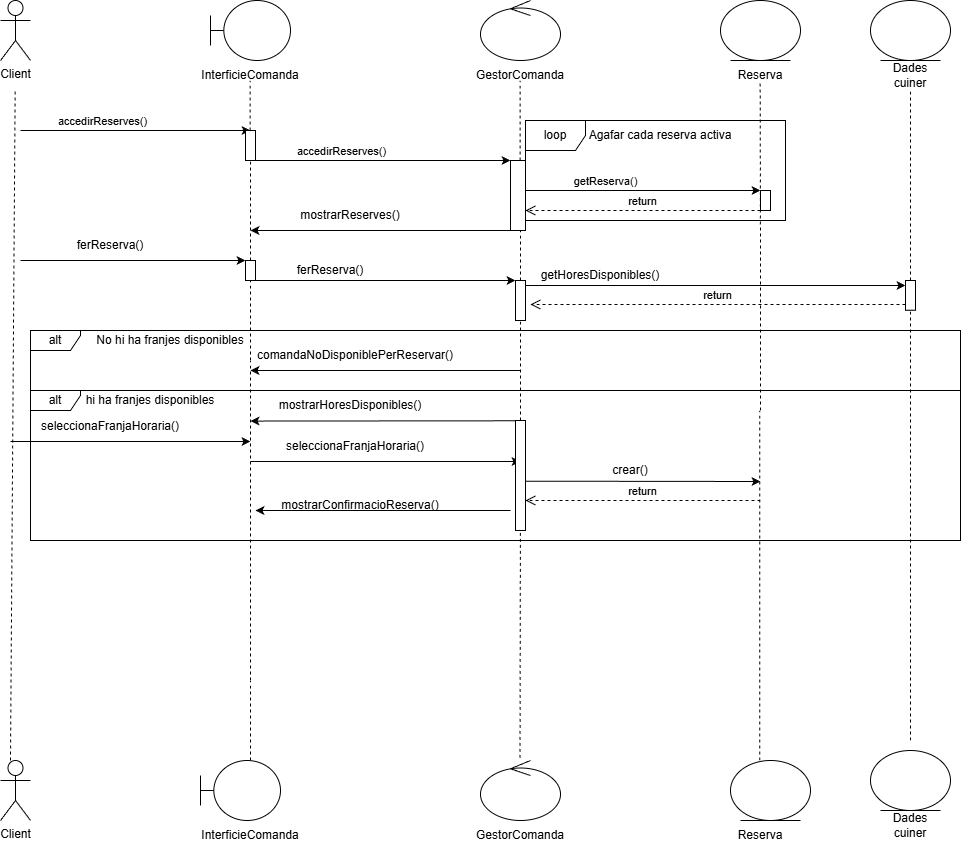
MarcelPainos/ES26UAB-431-12 keeps this draw.io diagram as Diagrames/Diagrames seqüència/Diagrames Guillem Casas Gil/reservar_comanda.drawio.png. Above is the earlier version. Source tidied: cells renumbered, new cells last; positions are measured from the earlier drawing's top-left corner, leaving out a move shared by most shapes.
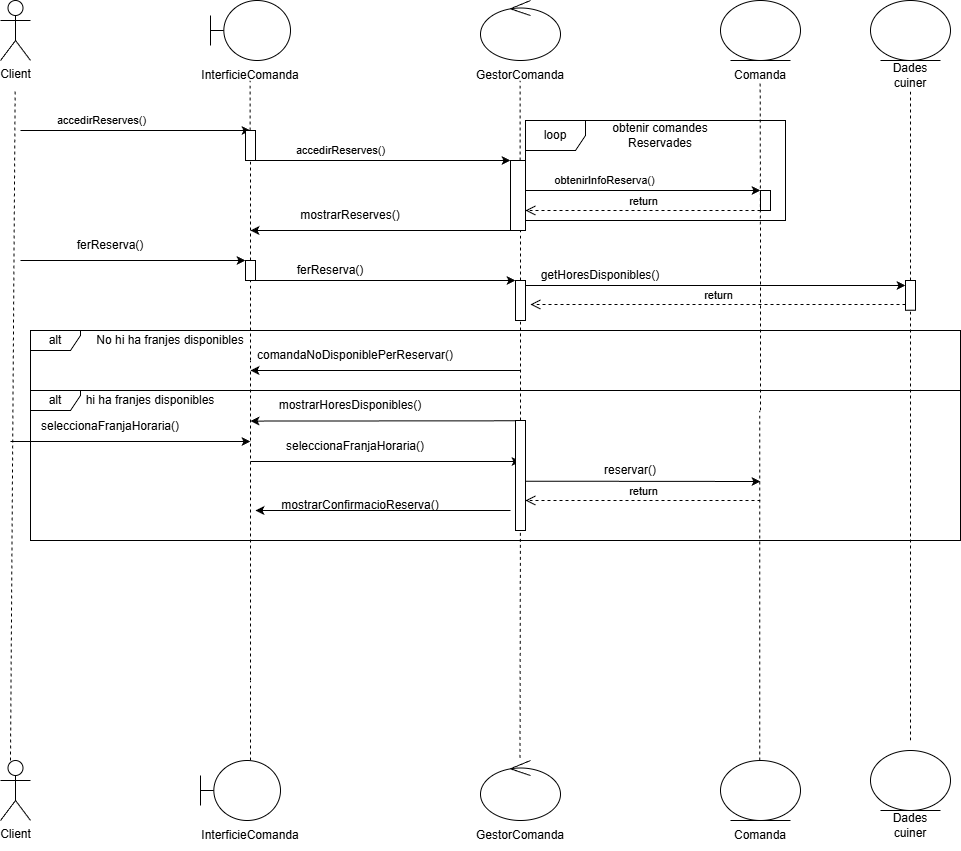
The same file after the commit.

What changed in the source:
```diff
@@ -37,7 +37,7 @@
     <mxCell id="10" value="GestorComanda" style="text;html=1;whiteSpace=wrap;strokeColor=none;fillColor=none;align=center;verticalAlign=middle;rounded=0;" parent="1" vertex="1">
       <mxGeometry x="490" y="60" width="60" height="30" as="geometry" />
     </mxCell>
-    <mxCell id="11" value="Reserva" style="text;html=1;whiteSpace=wrap;strokeColor=none;fillColor=none;align=center;verticalAlign=middle;rounded=0;" parent="1" vertex="1">
+    <mxCell id="11" value="Comanda" style="text;html=1;whiteSpace=wrap;strokeColor=none;fillColor=none;align=center;verticalAlign=middle;rounded=0;" parent="1" vertex="1">
       <mxGeometry x="730" y="60" width="60" height="30" as="geometry" />
     </mxCell>
     <mxCell id="12" style="endArrow=none;dashed=1;html=1;rounded=0;" parent="1" edge="1" source="20">
@@ -72,7 +72,7 @@
         <mxPoint x="760" y="190" as="targetPoint" />
       </mxGeometry>
     </mxCell>
-    <mxCell id="18" value="&lt;font&gt;getReserva()&lt;/font&gt;" style="edgeLabel;html=1;align=center;verticalAlign=middle;" parent="17" vertex="1">
+    <mxCell id="18" value="&lt;font&gt;obtenirInfoReserva()&lt;/font&gt;" style="edgeLabel;html=1;align=center;verticalAlign=middle;" parent="17" vertex="1">
       <mxGeometry x="-0.4" relative="1" as="geometry">
         <mxPoint x="12" y="-10" as="offset" />
       </mxGeometry>
@@ -193,7 +193,7 @@
       <mxGeometry x="480" y="760" width="80" height="60" as="geometry" />
     </mxCell>
     <mxCell id="47" style="ellipse;shape=umlEntity;whiteSpace=wrap;html=1;" parent="1" vertex="1">
-      <mxGeometry x="730" y="760" width="80" height="60" as="geometry" />
+      <mxGeometry x="720" y="760" width="80" height="60" as="geometry" />
     </mxCell>
     <mxCell id="48" value="InterficieComanda" style="text;html=1;whiteSpace=wrap;strokeColor=none;fillColor=none;align=center;verticalAlign=middle;rounded=0;" parent="1" vertex="1">
       <mxGeometry x="220" y="820" width="60" height="30" as="geometry" />
@@ -201,7 +201,7 @@
     <mxCell id="49" value="GestorComanda" style="text;html=1;whiteSpace=wrap;strokeColor=none;fillColor=none;align=center;verticalAlign=middle;rounded=0;" parent="1" vertex="1">
       <mxGeometry x="490" y="820" width="60" height="30" as="geometry" />
     </mxCell>
-    <mxCell id="50" value="Reserva" style="text;html=1;whiteSpace=wrap;strokeColor=none;fillColor=none;align=center;verticalAlign=middle;rounded=0;" parent="1" vertex="1">
+    <mxCell id="50" value="Comanda" style="text;html=1;whiteSpace=wrap;strokeColor=none;fillColor=none;align=center;verticalAlign=middle;rounded=0;" parent="1" vertex="1">
       <mxGeometry x="730" y="820" width="60" height="30" as="geometry" />
     </mxCell>
     <mxCell id="51" style="ellipse;shape=umlEntity;whiteSpace=wrap;html=1;" parent="1" vertex="1">
@@ -224,7 +224,7 @@
     <mxCell id="56" value="loop" style="shape=umlFrame;whiteSpace=wrap;html=1;" parent="1" vertex="1">
       <mxGeometry x="525" y="120" width="260" height="100" as="geometry" />
     </mxCell>
-    <mxCell id="57" value="Agafar cada reserva activa" style="text;html=1;whiteSpace=wrap;strokeColor=none;fillColor=none;align=center;verticalAlign=middle;rounded=0;" parent="1" vertex="1">
+    <mxCell id="57" value="obtenir comandes Reservades" style="text;html=1;whiteSpace=wrap;strokeColor=none;fillColor=none;align=center;verticalAlign=middle;rounded=0;" parent="1" vertex="1">
       <mxGeometry x="585" y="120" width="150" height="30" as="geometry" />
     </mxCell>
     <mxCell id="58" style="endArrow=none;dashed=1;html=1;rounded=0;" parent="1" edge="1" target="59">
@@ -296,7 +296,7 @@
         <mxPoint x="760" y="481" as="targetPoint" />
       </mxGeometry>
     </mxCell>
-    <mxCell id="74" value="crear()" style="text;html=1;whiteSpace=wrap;strokeColor=none;fillColor=none;align=center;verticalAlign=middle;rounded=0;" parent="1" vertex="1">
+    <mxCell id="74" value="reservar()" style="text;html=1;whiteSpace=wrap;strokeColor=none;fillColor=none;align=center;verticalAlign=middle;rounded=0;" parent="1" vertex="1">
       <mxGeometry x="600" y="460" width="60" height="20.8" as="geometry" />
     </mxCell>
     <mxCell id="75" value="return" style="html=1;verticalAlign=bottom;endArrow=open;dashed=1;endSize=8;curved=0;rounded=0;" parent="1" edge="1">
```
